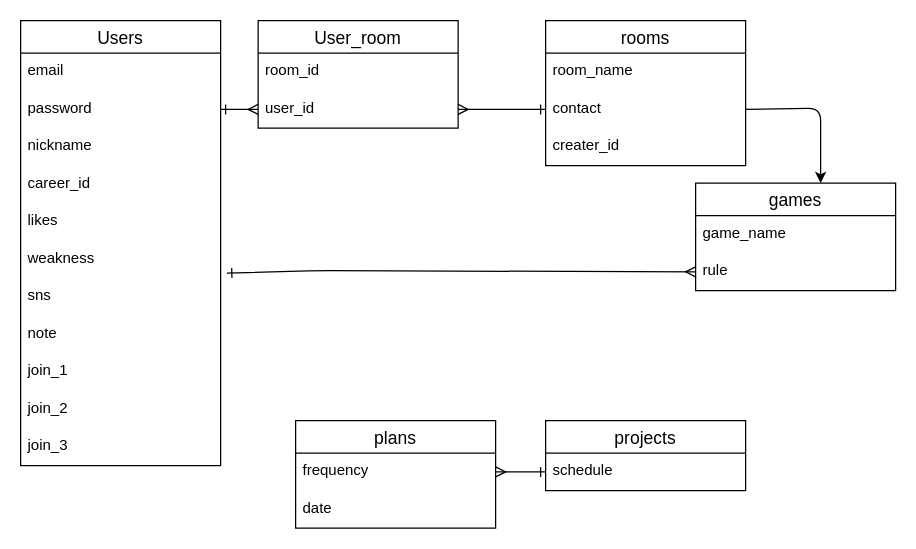
The draw.io diagram bgcafe.dio in Toshiki-Ichi/bgcafe, before the edit. Source tidied: cells renumbered, new cells numbered last; positions are measured from the earlier drawing's top-left corner, leaving out a move shared by most shapes. Both pictures are drawn from the tidied source at 125%, with x=0, y=0 at pixel (20, 20).
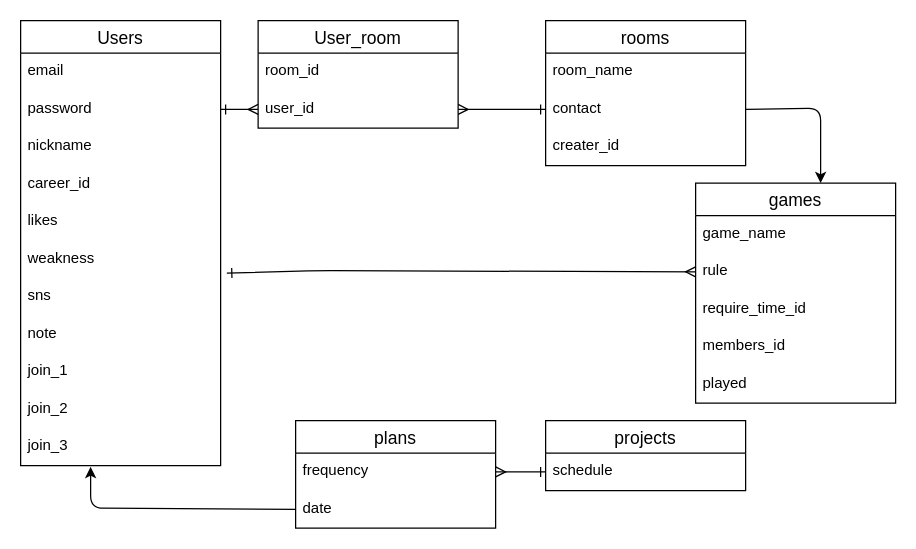
Above is the later version.

The change refers to these unchanged cells:
```xml
<mxCell id="13" value="join_3" style="text;strokeColor=none;fillColor=none;spacingLeft=4;spacingRight=4;overflow=hidden;points=[[0,0.5],[1,0.5]];portConstraint=eastwest;fontSize=12;" parent="2" vertex="1">
  <mxGeometry y="326" width="160" height="30" as="geometry" />
</mxCell>
<mxCell id="25" value="date" style="text;strokeColor=none;fillColor=none;spacingLeft=4;spacingRight=4;overflow=hidden;points=[[0,0.5],[1,0.5]];portConstraint=eastwest;fontSize=12;" parent="23" vertex="1">
  <mxGeometry y="56" width="160" height="30" as="geometry" />
</mxCell>
```

What changed in the source:
```diff
@@
     <mxCell id="26" value="games" style="swimlane;fontStyle=0;horizontal=1;startSize=26;align=center;fontSize=14;" parent="1" vertex="1">
-      <mxGeometry x="540" y="130" width="160" height="86" as="geometry" />
+      <mxGeometry x="540" y="130" width="160" height="176" as="geometry" />
     </mxCell>
@@
+    <mxCell id="34" value="require_time_id" style="text;strokeColor=none;fillColor=none;spacingLeft=4;spacingRight=4;overflow=hidden;fontSize=12;" parent="26" vertex="1">
+      <mxGeometry y="86" width="160" height="30" as="geometry" />
+    </mxCell>
+    <mxCell id="35" value="members_id" style="text;strokeColor=none;fillColor=none;spacingLeft=4;spacingRight=4;overflow=hidden;fontSize=12;" parent="26" vertex="1">
+      <mxGeometry y="116" width="160" height="30" as="geometry" />
+    </mxCell>
+    <mxCell id="36" value="played" style="text;strokeColor=none;fillColor=none;spacingLeft=4;spacingRight=4;overflow=hidden;fontSize=12;" parent="26" vertex="1">
+      <mxGeometry y="146" width="160" height="30" as="geometry" />
+    </mxCell>
@@
+    <mxCell id="37" style="edgeStyle=none;html=1;exitX=0;exitY=0.5;exitDx=0;exitDy=0;entryX=0.35;entryY=1.033;entryDx=0;entryDy=0;entryPerimeter=0;" parent="1" edge="1" source="25" target="13">
+      <mxGeometry relative="1" as="geometry">
+        <Array as="points">
+          <mxPoint x="56" y="390" />
+        </Array>
+      </mxGeometry>
+    </mxCell>
```
